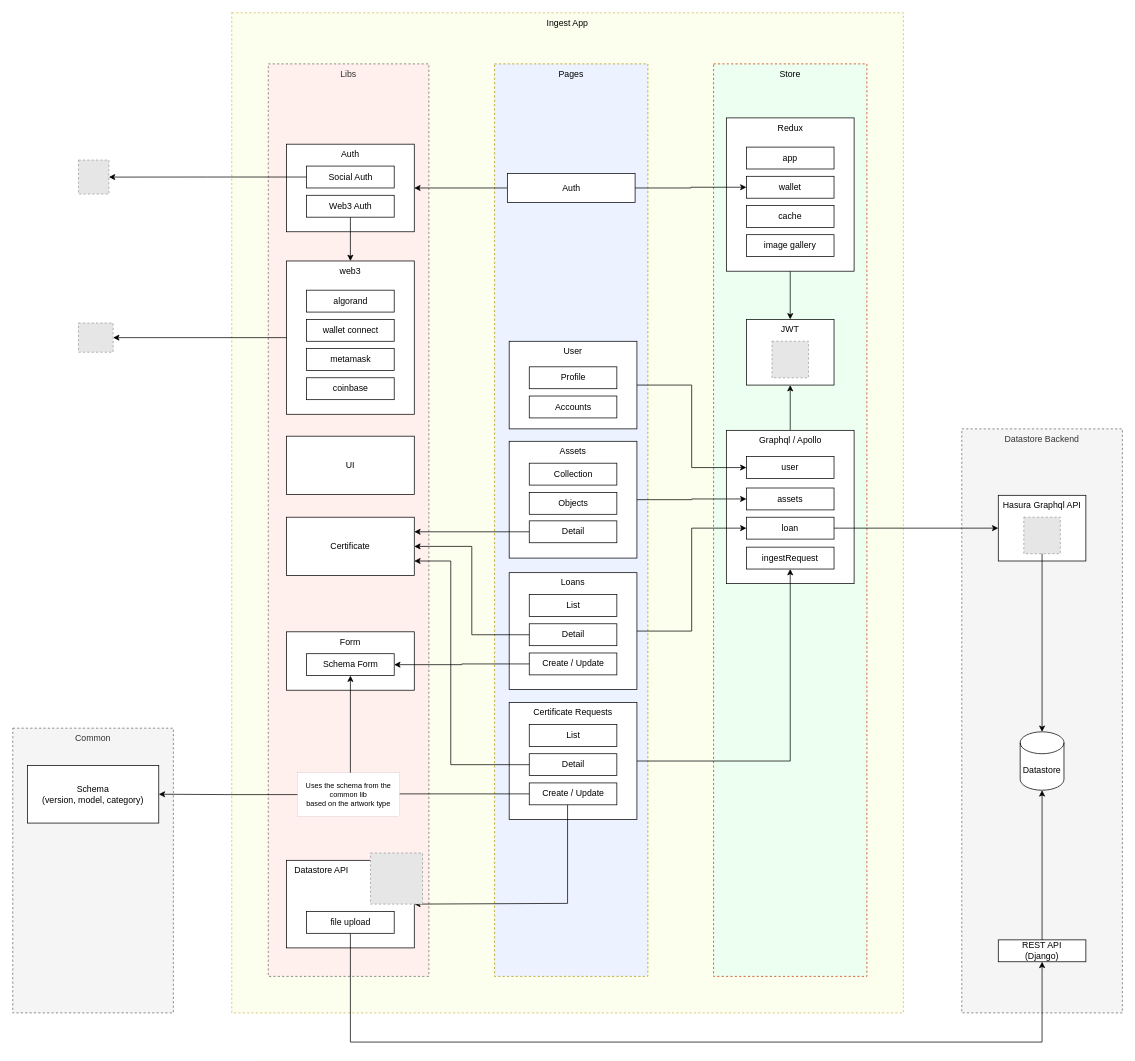
tobi-tobsen-berlin/diagrams keeps this draw.io diagram as test-2.drawio. Above is the earlier version. Source tidied: cells renumbered, new cells numbered last; positions are measured from the earlier drawing's top-left corner, leaving out a move shared by most shapes. Both pictures are drawn from the tidied source at 73%, with x=0, y=0 at pixel (12, 12). Pictures stored in the file or linked from it are replaced by grey dashed boxes.
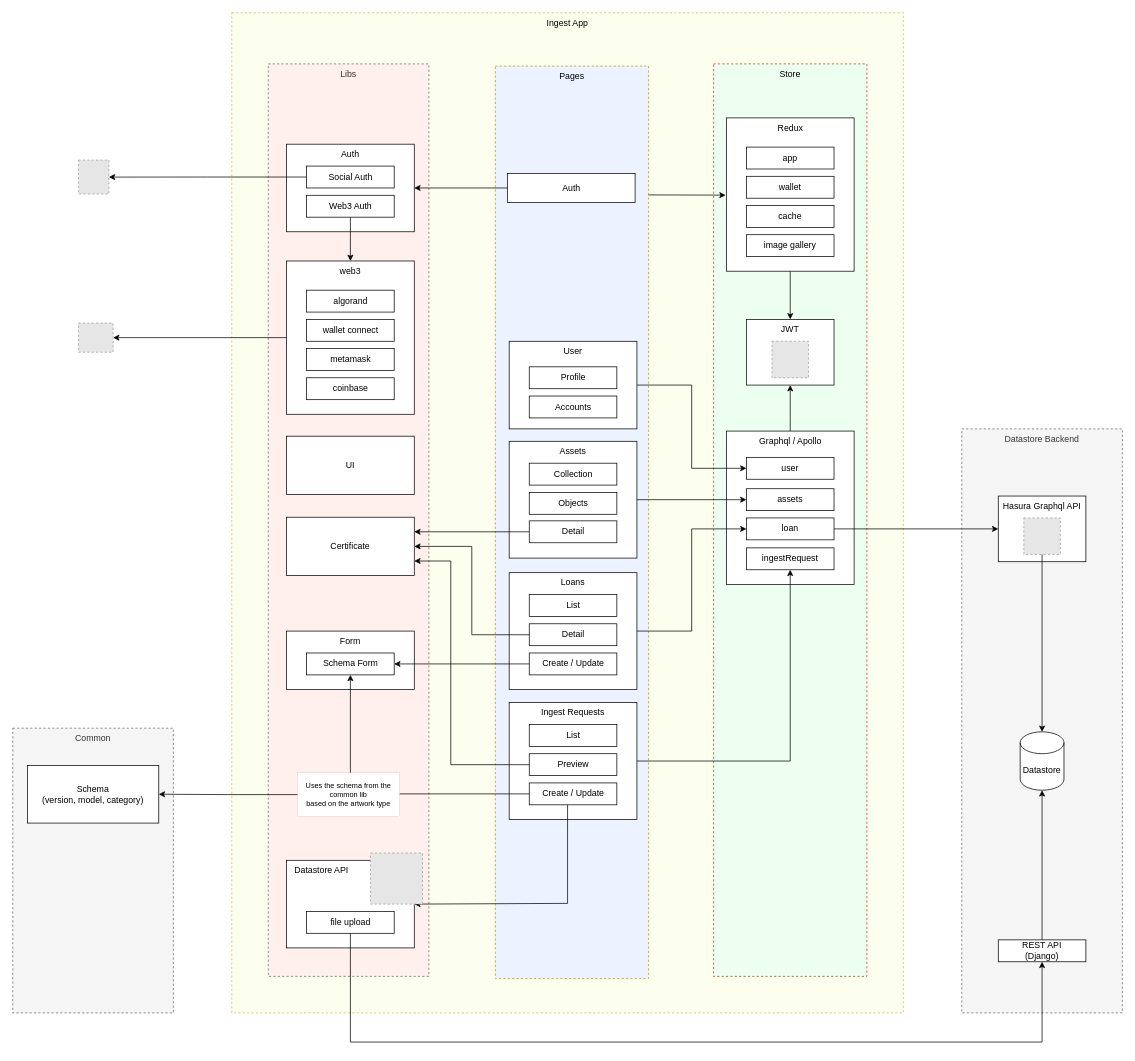
After the change.

The change refers to these unchanged cells:
```xml
<mxCell id="15" value="wallet" style="rounded=0;whiteSpace=wrap;html=1;" parent="1" vertex="1">
  <mxGeometry x="1005" y="224" width="120" height="30" as="geometry" />
</mxCell>
<mxCell id="72" value="Auth&lt;br&gt;" style="rounded=0;whiteSpace=wrap;html=1;verticalAlign=middle;" parent="1" vertex="1">
  <mxGeometry x="677.5" y="220" width="175" height="40" as="geometry" />
</mxCell>
```

What changed in the source:
```diff
@@
     <mxCell id="6" value="Pages" style="rounded=0;whiteSpace=wrap;html=1;verticalAlign=top;dashed=1;fillColor=#ECF2FF;strokeColor=#B09500;fontColor=#000000;" parent="1" vertex="1">
-      <mxGeometry x="660" y="70" width="210" height="1250" as="geometry" />
+      <mxGeometry x="661" y="73" width="210" height="1250" as="geometry" />
     </mxCell>
     <mxCell id="7" value="Form" style="rounded=0;whiteSpace=wrap;html=1;verticalAlign=top;" parent="1" vertex="1">
-      <mxGeometry x="375" y="848" width="175" height="80" as="geometry" />
+      <mxGeometry x="375" y="847" width="175" height="80" as="geometry" />
     </mxCell>
     <mxCell id="8" value="Hasura Graphql API" style="rounded=0;whiteSpace=wrap;html=1;verticalAlign=top;" parent="1" vertex="1">
-      <mxGeometry x="1350" y="661" width="120" height="90" as="geometry" />
+      <mxGeometry x="1350" y="662" width="120" height="90" as="geometry" />
     </mxCell>
@@
     <mxCell id="19" value="Graphql / Apollo" style="rounded=0;whiteSpace=wrap;html=1;verticalAlign=top;" parent="1" vertex="1">
-      <mxGeometry x="977.5" y="572" width="175" height="210" as="geometry" />
+      <mxGeometry x="977.5" y="573" width="175" height="210" as="geometry" />
     </mxCell>
     <mxCell id="20" value="assets" style="rounded=0;whiteSpace=wrap;html=1;" parent="1" vertex="1">
-      <mxGeometry x="1005" y="651" width="120" height="30" as="geometry" />
+      <mxGeometry x="1005" y="652" width="120" height="30" as="geometry" />
     </mxCell>
@@
     <mxCell id="22" value="loan" style="rounded=0;whiteSpace=wrap;html=1;" parent="1" vertex="1">
-      <mxGeometry x="1005" y="691" width="120" height="30" as="geometry" />
+      <mxGeometry x="1005" y="692" width="120" height="30" as="geometry" />
     </mxCell>
     <mxCell id="23" value="user" style="rounded=0;whiteSpace=wrap;html=1;" parent="1" vertex="1">
-      <mxGeometry x="1005" y="608" width="120" height="30" as="geometry" />
+      <mxGeometry x="1005" y="609" width="120" height="30" as="geometry" />
     </mxCell>
@@
     <mxCell id="37" style="fillColor=#E6E6E6;strokeColor=#999999;dashed=1;verticalLabelPosition=bottom;labelBackgroundColor=default;verticalAlign=top;" parent="1" vertex="1">
-      <mxGeometry x="1385" y="691" width="50" height="50" as="geometry" />
+      <mxGeometry x="1385" y="692" width="50" height="50" as="geometry" />
     </mxCell>
@@
-    <mxCell id="41" value="Certificate Requests" style="rounded=0;whiteSpace=wrap;html=1;verticalAlign=top;" parent="1" vertex="1">
+    <mxCell id="41" value="Ingest Requests" style="rounded=0;whiteSpace=wrap;html=1;verticalAlign=top;" parent="1" vertex="1">
       <mxGeometry x="680" y="945" width="175" height="160" as="geometry" />
     </mxCell>
@@
-    <mxCell id="44" value="Detail" style="rounded=0;whiteSpace=wrap;html=1;" parent="1" vertex="1">
+    <mxCell id="44" value="Preview" style="rounded=0;whiteSpace=wrap;html=1;" parent="1" vertex="1">
       <mxGeometry x="707.5" y="1015" width="120" height="30" as="geometry" />
     </mxCell>
@@
     <mxCell id="65" value="ingestRequest" style="rounded=0;whiteSpace=wrap;html=1;" parent="1" vertex="1">
-      <mxGeometry x="1005" y="732" width="120" height="30" as="geometry" />
+      <mxGeometry x="1005" y="733" width="120" height="30" as="geometry" />
     </mxCell>
     <mxCell id="66" value="Schema Form" style="rounded=0;whiteSpace=wrap;html=1;" parent="1" vertex="1">
-      <mxGeometry x="402.5" y="878" width="120" height="30" as="geometry" />
+      <mxGeometry x="402.5" y="877" width="120" height="30" as="geometry" />
     </mxCell>
@@
-    <mxCell id="71" style="edgeStyle=orthogonalEdgeStyle;rounded=0;jettySize=auto;html=1;entryX=0;entryY=0.5;entryDx=0;entryDy=0;" parent="1" edge="1" source="72" target="15">
-      <mxGeometry relative="1" as="geometry" />
-    </mxCell>
@@
+    <mxCell id="82" style="endArrow=classic;html=1;rounded=0;exitX=1.005;exitY=0.142;exitDx=0;exitDy=0;exitPerimeter=0;" parent="1" edge="1">
+      <mxGeometry relative="1" as="geometry">
+        <mxPoint x="871" y="249.5" as="sourcePoint" />
+        <mxPoint x="976.5" y="249.8" as="targetPoint" />
+      </mxGeometry>
+    </mxCell>
```
